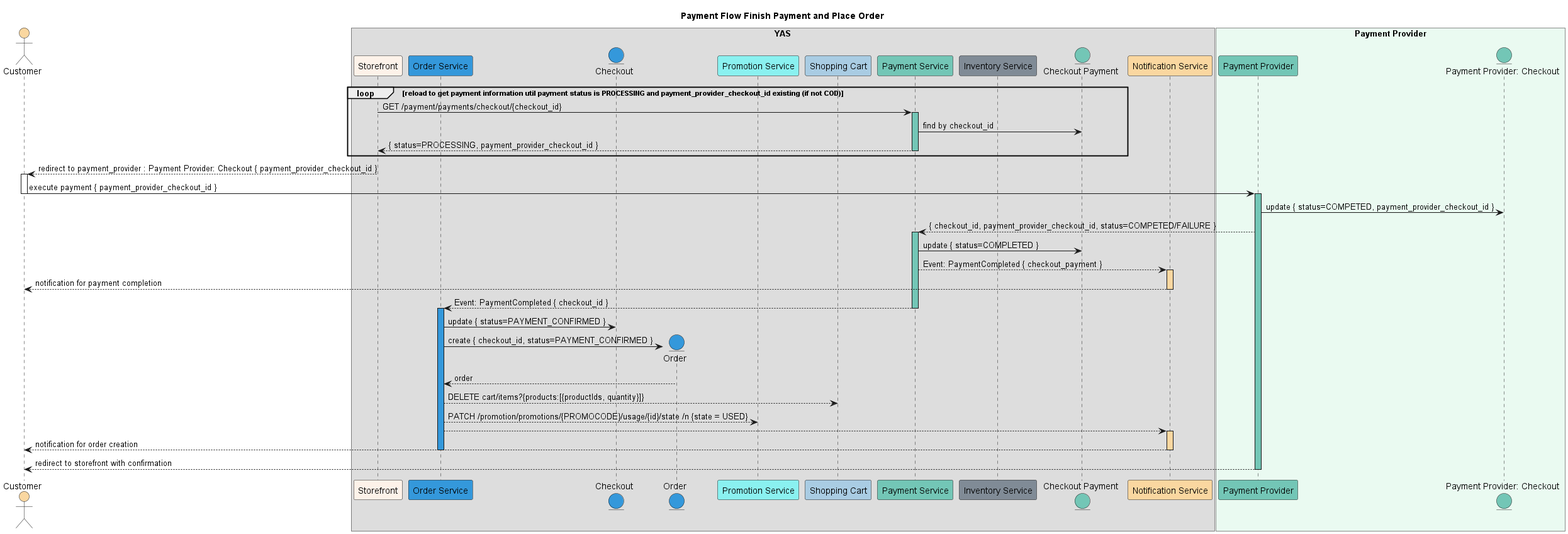
This is docs/design/order-flows/imgs/Payment Flow Sub 3.png from nashtech-garage/yas, a PlantUML export, as it was before one commit. The source it was exported from:
```plantuml
@startuml Payment Flow Sub 3

title Payment Flow Finish Payment and Place Order

actor Customer as customer #fad7a0

box YAS
    participant "Storefront" as storefront #fdf2e9
    participant "Order Service" as order_service #3498db
    entity "Checkout" as checkout #3498db
    entity "Order" as order #3498db
    participant "Promotion Service" as promotion_service #8af1f0
    participant "Shopping Cart" as shopping_cart #a9cce3
    participant "Payment Service" as payment_service #73c6b6
    participant "Inventory Service" as inventory_service #808b96
    entity "Checkout Payment" as checkout_payment #73c6b6
    participant "Notification Service" as notification_service #fad7a0
end box

box "Payment Provider" #eafaf1
    participant "Payment Provider" as payment_provider #73c6b6
    entity "Payment Provider: Checkout" as payment_provider_checkout #73c6b6
end box
loop reload to get payment information util payment status is PROCESSING and payment_provider_checkout_id existing (if not COD)
  storefront -> payment_service: GET /payment/payments/checkout/{checkout_id}
  activate payment_service #73c6b6
    payment_service -> checkout_payment: find by checkout_id
    storefront <-- payment_service: { status=PROCESSING, payment_provider_checkout_id }
  deactivate payment_service
end
storefront --> customer: redirect to payment_provider : Payment Provider: Checkout { payment_provider_checkout_id }
deactivate storefront
activate customer
  customer -> payment_provider: execute payment { payment_provider_checkout_id }
deactivate customer
activate payment_provider #73c6b6
  payment_provider -> payment_provider_checkout: update { status=COMPETED, payment_provider_checkout_id }
  payment_provider --> payment_service: { checkout_id, payment_provider_checkout_id, status=COMPETED/FAILURE }
  activate payment_service #73c6b6
    payment_service -> checkout_payment: update { status=COMPLETED }
    payment_service --> notification_service: Event: PaymentCompleted { checkout_payment }
    activate notification_service #fad7a0
      notification_service --> customer: notification for payment completion
    deactivate notification_service
    payment_service --> order_service: Event: PaymentCompleted { checkout_id }
  deactivate payment_service
  activate order_service #3498db
    order_service -> checkout: update { status=PAYMENT_CONFIRMED }
    order_service -> order**:  create { checkout_id, status=PAYMENT_CONFIRMED }
    order --> order_service: order
    order_service --> shopping_cart: DELETE cart/items?{products:[{productIds, quantity}]}
    order_service --> promotion_service: PATCH /promotion/promotions/{PROMOCODE}/usage/{id}/state /n {state = USED}
    order_service --> notification_service
    activate notification_service #fad7a0
      notification_service --> customer: notification for order creation
    deactivate notification_service
  deactivate order_service
  payment_provider --> customer: redirect to storefront with confirmation
deactivate payment_provider

@enduml
```
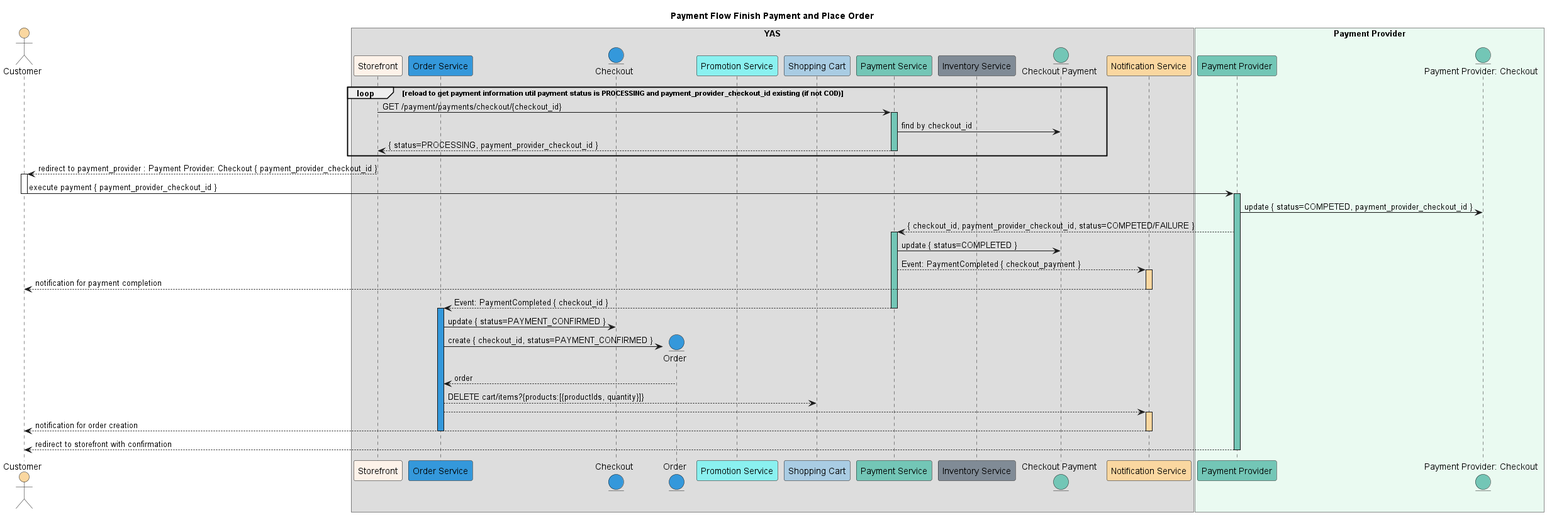
Above is the later version.

Commit message:
Update promocode usage flow, update README text

Diff of the diagram source:
```diff
@@ -49,7 +49,6 @@
     order_service -> order**:  create { checkout_id, status=PAYMENT_CONFIRMED }
     order --> order_service: order
     order_service --> shopping_cart: DELETE cart/items?{products:[{productIds, quantity}]}
-    order_service --> promotion_service: PATCH /promotion/promotions/{PROMOCODE}/usage/{id}/state /n {state = USED}
     order_service --> notification_service
     activate notification_service #fad7a0
       notification_service --> customer: notification for order creation
```
